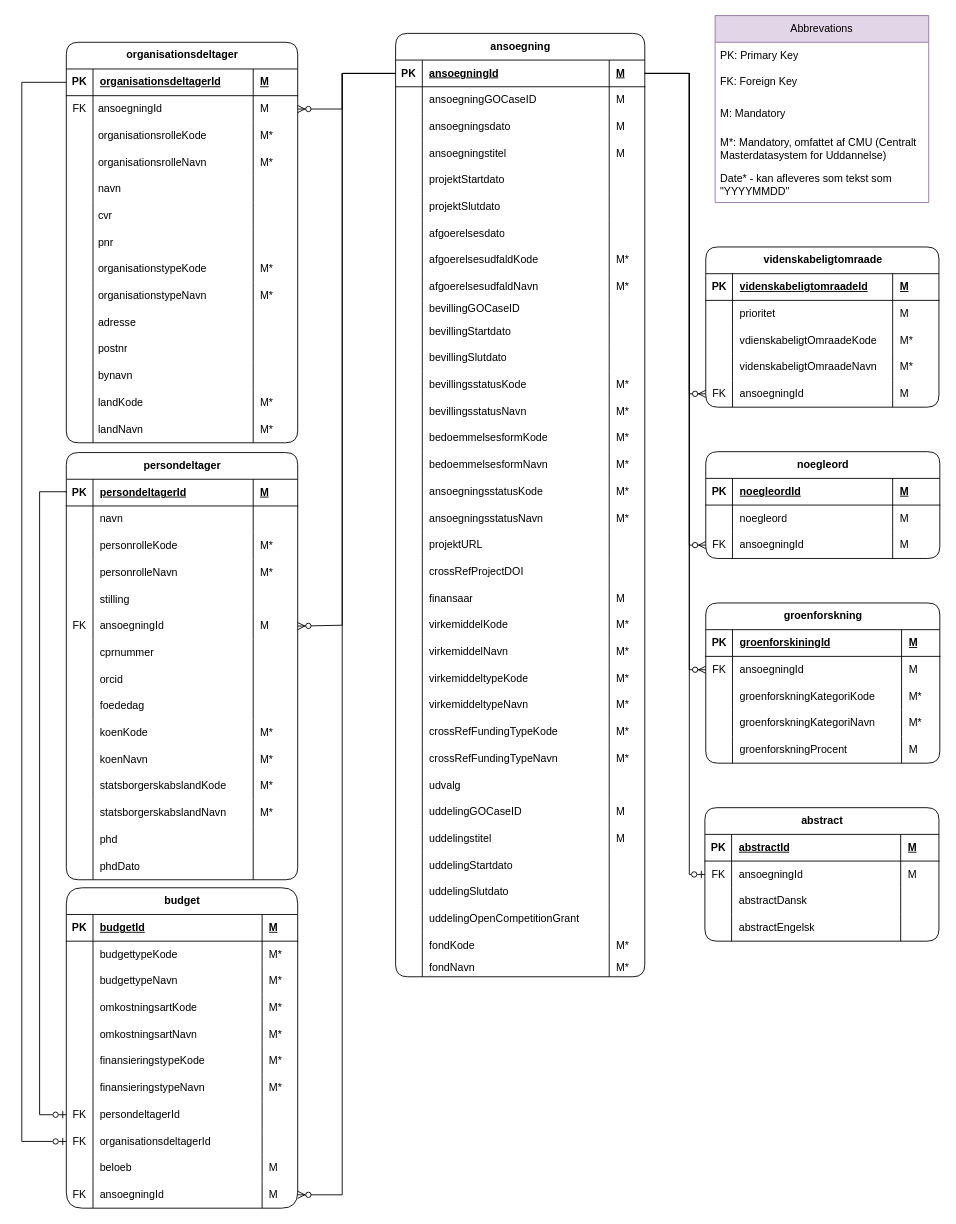
This is page "NY Raw" (4 of 5) of Grants model.drawio from thomas-lange-dk/Grants, a draw.io file, before an edit. Source tidied: cells renumbered, new cells numbered last; positions are measured from the earlier drawing's top-left corner, leaving out a move shared by most shapes. Both pictures are drawn from the tidied source at 89%, with x=0, y=0 at pixel (21, 15).
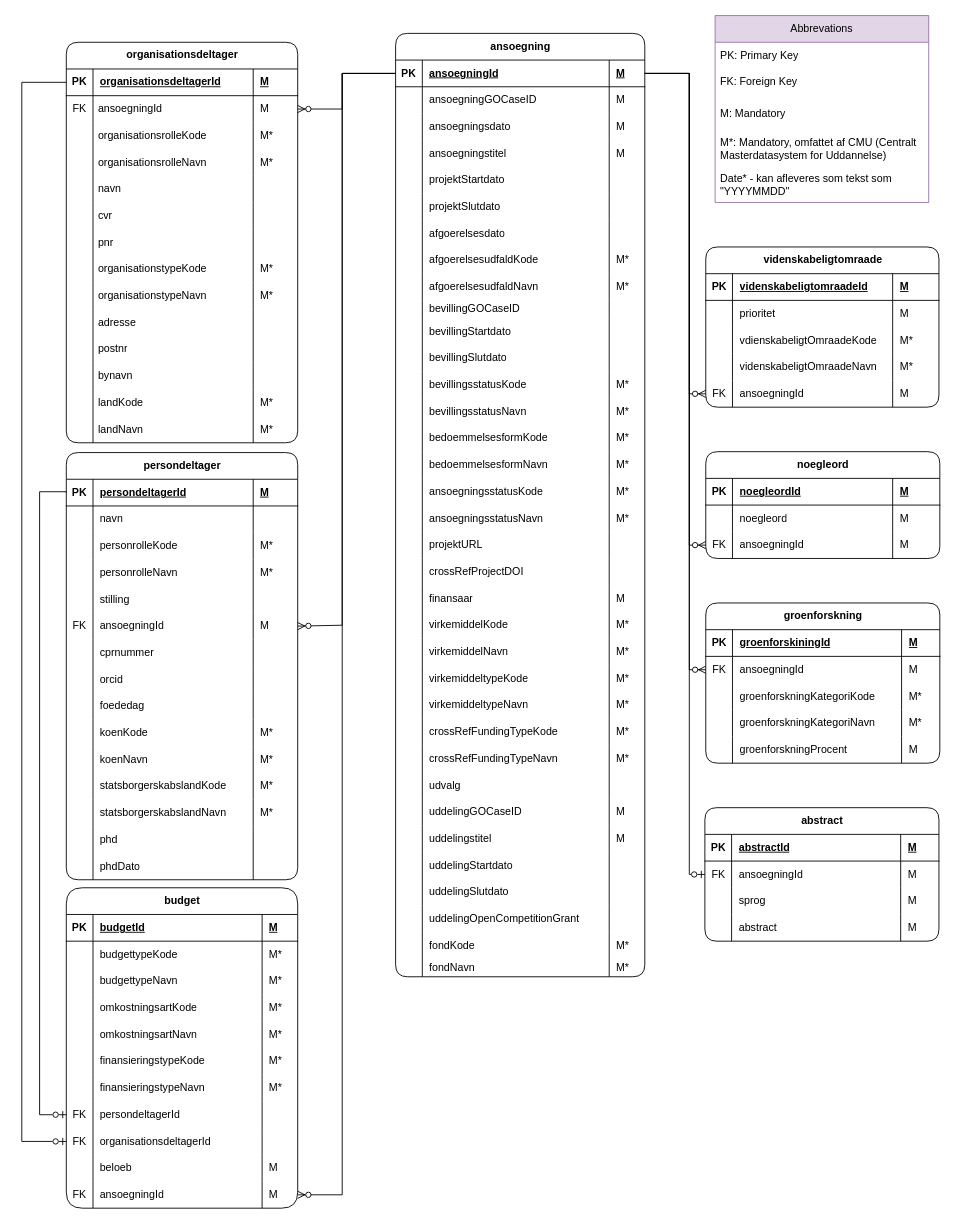
Above is the later version.

Unchanged cells that the change refers to:
```xml
<mxCell id="375" value="abstract" style="shape=table;startSize=30;childLayout=tableLayout;rowLines=0;fontStyle=1;align=center;html=1;shadow=0;rounded=1;" parent="1" vertex="1">
  <mxGeometry x="767.5" y="890" width="263" height="150" as="geometry" />
</mxCell>
```

The edit, as a diff of the source:
```diff
@@
+    <mxCell id="393" style="shape=tableRow;horizontal=0;startSize=0;swimlaneHead=0;swimlaneBody=0;fillColor=none;top=0;left=0;right=0;bottom=0;shadow=0;" parent="375" vertex="1">
+      <mxGeometry y="90" width="263" height="30" as="geometry" />
+    </mxCell>
+    <mxCell id="389" style="shape=partialRectangle;fillColor=none;top=0;left=0;bottom=0;right=0;overflow=hidden;whiteSpace=wrap;html=1;shadow=0;" parent="393" vertex="1">
+      <mxGeometry width="30" height="30" as="geometry" />
+    </mxCell>
+    <mxCell id="394" value="sprog" style="shape=partialRectangle;fillColor=none;top=0;left=0;bottom=0;right=0;align=left;spacingLeft=6;overflow=hidden;whiteSpace=wrap;html=1;shadow=0;" parent="393" vertex="1">
+      <mxGeometry x="30" width="190" height="30" as="geometry" />
+    </mxCell>
+    <mxCell id="395" value="M" style="shape=partialRectangle;fillColor=none;top=0;left=0;bottom=0;right=0;align=left;spacingLeft=6;overflow=hidden;whiteSpace=wrap;html=1;shadow=0;" parent="393" vertex="1">
+      <mxGeometry x="220" width="43" height="30" as="geometry" />
+    </mxCell>
     <mxCell id="384" style="shape=tableRow;horizontal=0;startSize=0;swimlaneHead=0;swimlaneBody=0;fillColor=none;top=0;left=0;right=0;bottom=0;shadow=0;" parent="375" vertex="1">
-      <mxGeometry y="90" width="263" height="30" as="geometry" />
+      <mxGeometry y="120" width="263" height="30" as="geometry" />
     </mxCell>
@@
-    <mxCell id="386" value="abstractDansk" style="shape=partialRectangle;fillColor=none;top=0;left=0;bottom=0;right=0;align=left;spacingLeft=6;overflow=hidden;whiteSpace=wrap;html=1;shadow=0;" parent="384" vertex="1">
+    <mxCell id="386" value="abstract" style="shape=partialRectangle;fillColor=none;top=0;left=0;bottom=0;right=0;align=left;spacingLeft=6;overflow=hidden;whiteSpace=wrap;html=1;shadow=0;" parent="384" vertex="1">
       <mxGeometry x="30" width="190" height="30" as="geometry" />
     </mxCell>
-    <mxCell id="387" style="shape=partialRectangle;fillColor=none;top=0;left=0;bottom=0;right=0;align=left;spacingLeft=6;overflow=hidden;whiteSpace=wrap;html=1;shadow=0;" parent="384" vertex="1">
+    <mxCell id="387" value="M" style="shape=partialRectangle;fillColor=none;top=0;left=0;bottom=0;right=0;align=left;spacingLeft=6;overflow=hidden;whiteSpace=wrap;html=1;shadow=0;" parent="384" vertex="1">
       <mxGeometry x="220" width="43" height="30" as="geometry" />
     </mxCell>
-    <mxCell id="388" style="shape=tableRow;horizontal=0;startSize=0;swimlaneHead=0;swimlaneBody=0;fillColor=none;top=0;left=0;right=0;bottom=0;shadow=0;" parent="375" vertex="1">
-      <mxGeometry y="120" width="263" height="30" as="geometry" />
-    </mxCell>
-    <mxCell id="389" style="shape=partialRectangle;fillColor=none;top=0;left=0;bottom=0;right=0;overflow=hidden;whiteSpace=wrap;html=1;shadow=0;" parent="388" vertex="1">
-      <mxGeometry width="30" height="30" as="geometry" />
-    </mxCell>
-    <mxCell id="390" value="&lt;span style=&quot;color: rgb(0, 0, 0); font-family: Helvetica; font-size: 12px; font-style: normal; font-variant-ligatures: normal; font-variant-caps: normal; font-weight: 400; letter-spacing: normal; orphans: 2; text-align: left; text-indent: 0px; text-transform: none; widows: 2; word-spacing: 0px; -webkit-text-stroke-width: 0px; white-space: normal; text-decoration-thickness: initial; text-decoration-style: initial; text-decoration-color: initial; float: none; display: inline !important;&quot;&gt;abstractEngelsk&lt;/span&gt;" style="shape=partialRectangle;fillColor=none;top=0;left=0;bottom=0;right=0;align=left;spacingLeft=6;overflow=hidden;whiteSpace=wrap;html=1;shadow=0;" parent="388" vertex="1">
-      <mxGeometry x="30" width="190" height="30" as="geometry" />
-    </mxCell>
-    <mxCell id="391" style="shape=partialRectangle;fillColor=none;top=0;left=0;bottom=0;right=0;align=left;spacingLeft=6;overflow=hidden;whiteSpace=wrap;html=1;shadow=0;" parent="388" vertex="1">
-      <mxGeometry x="220" width="43" height="30" as="geometry" />
-    </mxCell>
```
